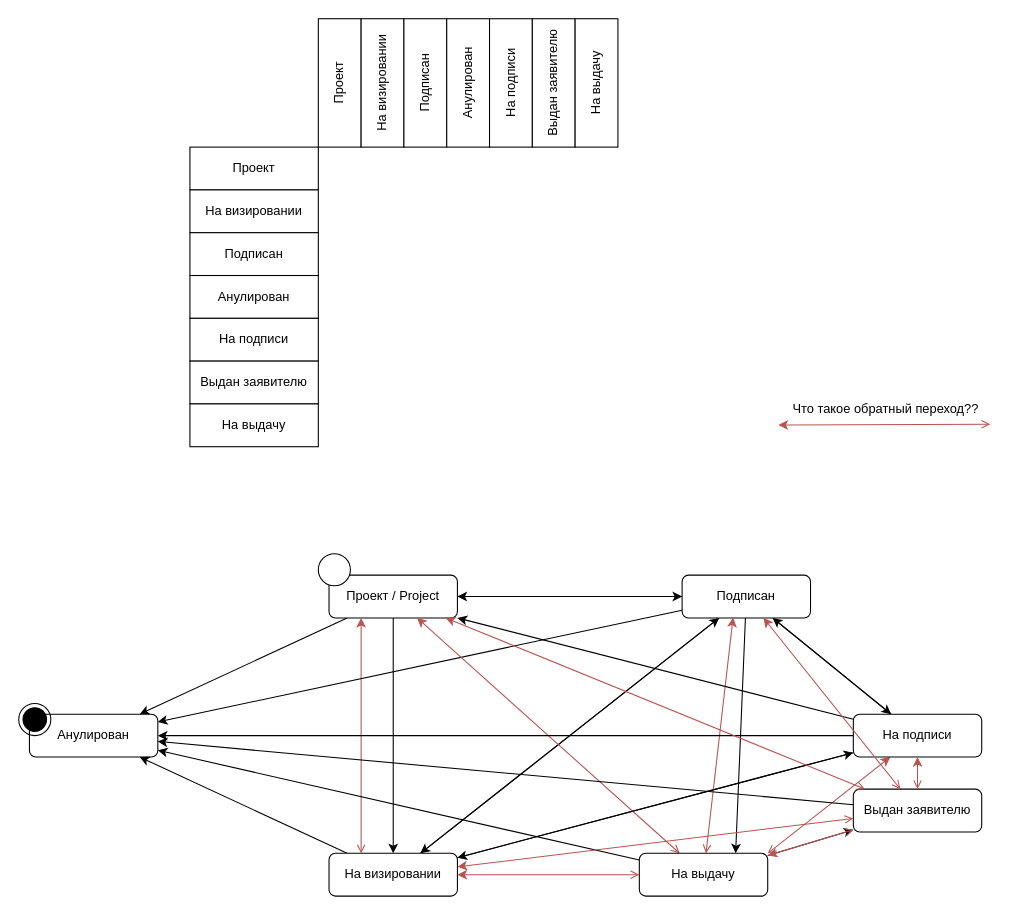
Before: Domain/Resolutions/СостоянияИПравилаПереходов.drawio in davyd0ff/so-line-grls, a draw.io diagram. Source tidied: cells renumbered, new cells numbered last; positions are measured from the earlier drawing's top-left corner, leaving out a move shared by most shapes. Both pictures are drawn from the tidied source at 107%, with x=0, y=0 at pixel (18, 18).
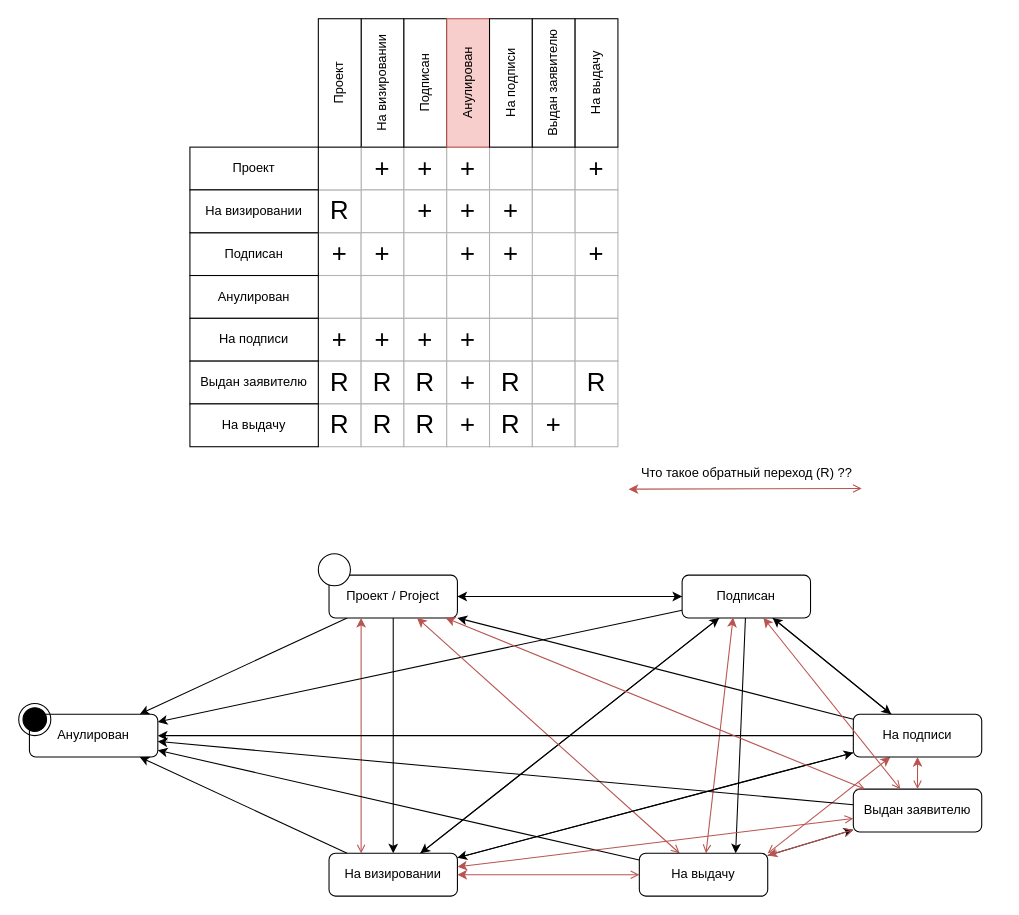
After the change.

Diff of the diagram source:
```diff
@@
-    <mxCell id="34" value="Что такое обратный переход??" style="text;html=1;align=center;verticalAlign=middle;points=[];strokeColor=none;fillColor=none;" parent="1" vertex="1">
-      <mxGeometry x="710" y="350" width="200" height="30" as="geometry" />
+    <mxCell id="34" value="Что такое обратный переход (R) ??" style="text;html=1;align=center;verticalAlign=middle;points=[];strokeColor=none;fillColor=none;" parent="1" vertex="1">
+      <mxGeometry x="570" y="410" width="220" height="30" as="geometry" />
     </mxCell>
@@
-    <mxCell id="41" value="Проект" style="rounded=0;whiteSpace=wrap;html=1;" parent="1" vertex="1">
-      <mxGeometry x="160" y="120" width="120" height="40" as="geometry" />
-    </mxCell>
-    <mxCell id="42" value="На визировании" style="rounded=0;whiteSpace=wrap;html=1;" parent="1" vertex="1">
-      <mxGeometry x="160" y="160" width="120" height="40" as="geometry" />
-    </mxCell>
+    <mxCell id="55" value="+" style="rounded=0;whiteSpace=wrap;html=1;strokeColor=#B3B3B3;fontSize=24;" parent="1" vertex="1">
+      <mxGeometry x="320" y="120" width="40" height="40" as="geometry" />
+    </mxCell>
+    <mxCell id="56" value="+" style="rounded=0;whiteSpace=wrap;html=1;strokeColor=#B3B3B3;fontSize=24;" parent="1" vertex="1">
+      <mxGeometry x="360" y="120" width="40" height="40" as="geometry" />
+    </mxCell>
+    <mxCell id="57" value="+" style="rounded=0;whiteSpace=wrap;html=1;strokeColor=#B3B3B3;fontSize=24;" parent="1" vertex="1">
+      <mxGeometry x="400" y="120" width="40" height="40" as="geometry" />
+    </mxCell>
+    <mxCell id="58" style="edgeStyle=none;rounded=0;jettySize=auto;html=1;exitX=0;exitY=0.75;exitDx=0;exitDy=0;entryX=1;entryY=0.75;entryDx=0;entryDy=0;startArrow=none;startFill=0;endArrow=classic;endFill=1;fontSize=24;" parent="1" edge="1" source="59" target="57">
+      <mxGeometry relative="1" as="geometry" />
+    </mxCell>
+    <mxCell id="59" style="rounded=0;whiteSpace=wrap;html=1;strokeColor=#B3B3B3;fontSize=24;" parent="1" vertex="1">
+      <mxGeometry x="440" y="120" width="40" height="40" as="geometry" />
+    </mxCell>
+    <mxCell id="60" style="rounded=0;whiteSpace=wrap;html=1;strokeColor=#B3B3B3;fontSize=24;" parent="1" vertex="1">
+      <mxGeometry x="480" y="120" width="40" height="40" as="geometry" />
+    </mxCell>
+    <mxCell id="61" value="+" style="rounded=0;whiteSpace=wrap;html=1;strokeColor=#B3B3B3;fontSize=24;" parent="1" vertex="1">
+      <mxGeometry x="520" y="120" width="40" height="40" as="geometry" />
+    </mxCell>
+    <mxCell id="62" style="rounded=0;whiteSpace=wrap;html=1;strokeColor=#B3B3B3;fontSize=24;" parent="1" vertex="1">
+      <mxGeometry x="320" y="160" width="40" height="40" as="geometry" />
+    </mxCell>
+    <mxCell id="63" value="+" style="rounded=0;whiteSpace=wrap;html=1;strokeColor=#B3B3B3;fontSize=24;" parent="1" vertex="1">
+      <mxGeometry x="360" y="160" width="40" height="40" as="geometry" />
+    </mxCell>
+    <mxCell id="64" value="+" style="rounded=0;whiteSpace=wrap;html=1;strokeColor=#B3B3B3;fontSize=24;" parent="1" vertex="1">
+      <mxGeometry x="400" y="160" width="40" height="40" as="geometry" />
+    </mxCell>
+    <mxCell id="65" value="+" style="rounded=0;whiteSpace=wrap;html=1;strokeColor=#B3B3B3;fontSize=24;" parent="1" vertex="1">
+      <mxGeometry x="440" y="160" width="40" height="40" as="geometry" />
+    </mxCell>
+    <mxCell id="66" style="rounded=0;whiteSpace=wrap;html=1;strokeColor=#B3B3B3;fontSize=24;" parent="1" vertex="1">
+      <mxGeometry x="480" y="160" width="40" height="40" as="geometry" />
+    </mxCell>
+    <mxCell id="67" style="rounded=0;whiteSpace=wrap;html=1;strokeColor=#B3B3B3;fontSize=24;" parent="1" vertex="1">
+      <mxGeometry x="520" y="160" width="40" height="40" as="geometry" />
+    </mxCell>
+    <mxCell id="68" value="+" style="rounded=0;whiteSpace=wrap;html=1;strokeColor=#B3B3B3;fontSize=24;" parent="1" vertex="1">
+      <mxGeometry x="280" y="200" width="40" height="40" as="geometry" />
+    </mxCell>
+    <mxCell id="69" value="+" style="rounded=0;whiteSpace=wrap;html=1;strokeColor=#B3B3B3;fontSize=24;" parent="1" vertex="1">
+      <mxGeometry x="320" y="200" width="40" height="40" as="geometry" />
+    </mxCell>
+    <mxCell id="70" style="rounded=0;whiteSpace=wrap;html=1;strokeColor=#B3B3B3;fontSize=24;" parent="1" vertex="1">
+      <mxGeometry x="360" y="200" width="40" height="40" as="geometry" />
+    </mxCell>
+    <mxCell id="71" value="+" style="rounded=0;whiteSpace=wrap;html=1;strokeColor=#B3B3B3;fontSize=24;" parent="1" vertex="1">
+      <mxGeometry x="400" y="200" width="40" height="40" as="geometry" />
+    </mxCell>
+    <mxCell id="72" value="+" style="rounded=0;whiteSpace=wrap;html=1;strokeColor=#B3B3B3;fontSize=24;" parent="1" vertex="1">
+      <mxGeometry x="440" y="200" width="40" height="40" as="geometry" />
+    </mxCell>
+    <mxCell id="73" value="+" style="rounded=0;whiteSpace=wrap;html=1;strokeColor=#B3B3B3;fontSize=24;" parent="1" vertex="1">
+      <mxGeometry x="520" y="200" width="40" height="40" as="geometry" />
+    </mxCell>
+    <mxCell id="74" style="rounded=0;whiteSpace=wrap;html=1;strokeColor=#B3B3B3;fontSize=24;" parent="1" vertex="1">
+      <mxGeometry x="280" y="240" width="40" height="40" as="geometry" />
+    </mxCell>
+    <mxCell id="75" style="rounded=0;whiteSpace=wrap;html=1;strokeColor=#B3B3B3;fontSize=24;" parent="1" vertex="1">
+      <mxGeometry x="320" y="240" width="40" height="40" as="geometry" />
+    </mxCell>
+    <mxCell id="76" style="rounded=0;whiteSpace=wrap;html=1;strokeColor=#B3B3B3;fontSize=24;" parent="1" vertex="1">
+      <mxGeometry x="360" y="240" width="40" height="40" as="geometry" />
+    </mxCell>
+    <mxCell id="77" style="rounded=0;whiteSpace=wrap;html=1;strokeColor=#B3B3B3;fontSize=24;" parent="1" vertex="1">
+      <mxGeometry x="400" y="240" width="40" height="40" as="geometry" />
+    </mxCell>
+    <mxCell id="78" style="rounded=0;whiteSpace=wrap;html=1;strokeColor=#B3B3B3;fontSize=24;" parent="1" vertex="1">
+      <mxGeometry x="440" y="240" width="40" height="40" as="geometry" />
+    </mxCell>
+    <mxCell id="79" style="rounded=0;whiteSpace=wrap;html=1;strokeColor=#B3B3B3;fontSize=24;" parent="1" vertex="1">
+      <mxGeometry x="480" y="240" width="40" height="40" as="geometry" />
+    </mxCell>
+    <mxCell id="80" style="rounded=0;whiteSpace=wrap;html=1;strokeColor=#B3B3B3;fontSize=24;" parent="1" vertex="1">
+      <mxGeometry x="520" y="240" width="40" height="40" as="geometry" />
+    </mxCell>
+    <mxCell id="81" value="+" style="rounded=0;whiteSpace=wrap;html=1;strokeColor=#B3B3B3;fontSize=24;" parent="1" vertex="1">
+      <mxGeometry x="280" y="280" width="40" height="40" as="geometry" />
+    </mxCell>
+    <mxCell id="82" value="+" style="rounded=0;whiteSpace=wrap;html=1;strokeColor=#B3B3B3;fontSize=24;" parent="1" vertex="1">
+      <mxGeometry x="320" y="280" width="40" height="40" as="geometry" />
+    </mxCell>
+    <mxCell id="83" value="+" style="rounded=0;whiteSpace=wrap;html=1;strokeColor=#B3B3B3;fontSize=24;" parent="1" vertex="1">
+      <mxGeometry x="360" y="280" width="40" height="40" as="geometry" />
+    </mxCell>
+    <mxCell id="84" value="+" style="rounded=0;whiteSpace=wrap;html=1;strokeColor=#B3B3B3;fontSize=24;" parent="1" vertex="1">
+      <mxGeometry x="400" y="280" width="40" height="40" as="geometry" />
+    </mxCell>
+    <mxCell id="85" style="rounded=0;whiteSpace=wrap;html=1;strokeColor=#B3B3B3;fontSize=24;" parent="1" vertex="1">
+      <mxGeometry x="440" y="280" width="40" height="40" as="geometry" />
+    </mxCell>
+    <mxCell id="86" style="rounded=0;whiteSpace=wrap;html=1;strokeColor=#B3B3B3;fontSize=24;" parent="1" vertex="1">
+      <mxGeometry x="480" y="280" width="40" height="40" as="geometry" />
+    </mxCell>
+    <mxCell id="87" style="rounded=0;whiteSpace=wrap;html=1;strokeColor=#B3B3B3;fontSize=24;" parent="1" vertex="1">
+      <mxGeometry x="520" y="280" width="40" height="40" as="geometry" />
+    </mxCell>
+    <mxCell id="88" value="R" style="rounded=0;whiteSpace=wrap;html=1;strokeColor=#B3B3B3;fontSize=24;" parent="1" vertex="1">
+      <mxGeometry x="280" y="320" width="40" height="40" as="geometry" />
+    </mxCell>
+    <mxCell id="89" value="R" style="rounded=0;whiteSpace=wrap;html=1;strokeColor=#B3B3B3;fontSize=24;" parent="1" vertex="1">
+      <mxGeometry x="320" y="320" width="40" height="40" as="geometry" />
+    </mxCell>
+    <mxCell id="90" value="R" style="rounded=0;whiteSpace=wrap;html=1;strokeColor=#B3B3B3;fontSize=24;" parent="1" vertex="1">
+      <mxGeometry x="360" y="320" width="40" height="40" as="geometry" />
+    </mxCell>
+    <mxCell id="91" value="+" style="rounded=0;whiteSpace=wrap;html=1;strokeColor=#B3B3B3;fontSize=24;" parent="1" vertex="1">
+      <mxGeometry x="400" y="320" width="40" height="40" as="geometry" />
+    </mxCell>
+    <mxCell id="92" value="R" style="rounded=0;whiteSpace=wrap;html=1;strokeColor=#B3B3B3;fontSize=24;" parent="1" vertex="1">
+      <mxGeometry x="440" y="320" width="40" height="40" as="geometry" />
+    </mxCell>
+    <mxCell id="93" style="rounded=0;whiteSpace=wrap;html=1;strokeColor=#B3B3B3;fontSize=24;" parent="1" vertex="1">
+      <mxGeometry x="480" y="320" width="40" height="40" as="geometry" />
+    </mxCell>
+    <mxCell id="94" value="R" style="rounded=0;whiteSpace=wrap;html=1;strokeColor=#B3B3B3;fontSize=24;" parent="1" vertex="1">
+      <mxGeometry x="520" y="320" width="40" height="40" as="geometry" />
+    </mxCell>
+    <mxCell id="95" value="R" style="rounded=0;whiteSpace=wrap;html=1;strokeColor=#B3B3B3;fontSize=24;" parent="1" vertex="1">
+      <mxGeometry x="280" y="360" width="40" height="40" as="geometry" />
+    </mxCell>
+    <mxCell id="96" value="R" style="rounded=0;whiteSpace=wrap;html=1;strokeColor=#B3B3B3;fontSize=24;" parent="1" vertex="1">
+      <mxGeometry x="320" y="360" width="40" height="40" as="geometry" />
+    </mxCell>
+    <mxCell id="97" value="R" style="rounded=0;whiteSpace=wrap;html=1;strokeColor=#B3B3B3;fontSize=24;" parent="1" vertex="1">
+      <mxGeometry x="360" y="360" width="40" height="40" as="geometry" />
+    </mxCell>
+    <mxCell id="98" value="+" style="rounded=0;whiteSpace=wrap;html=1;strokeColor=#B3B3B3;fontSize=24;" parent="1" vertex="1">
+      <mxGeometry x="400" y="360" width="40" height="40" as="geometry" />
+    </mxCell>
+    <mxCell id="99" value="R" style="rounded=0;whiteSpace=wrap;html=1;strokeColor=#B3B3B3;fontSize=24;" parent="1" vertex="1">
+      <mxGeometry x="440" y="360" width="40" height="40" as="geometry" />
+    </mxCell>
+    <mxCell id="100" value="+" style="rounded=0;whiteSpace=wrap;html=1;strokeColor=#B3B3B3;fontSize=24;" parent="1" vertex="1">
+      <mxGeometry x="480" y="360" width="40" height="40" as="geometry" />
+    </mxCell>
+    <mxCell id="101" style="rounded=0;whiteSpace=wrap;html=1;strokeColor=#B3B3B3;fontSize=24;" parent="1" vertex="1">
+      <mxGeometry x="520" y="360" width="40" height="40" as="geometry" />
+    </mxCell>
@@
-    <mxCell id="48" value="Проект" style="rounded=0;whiteSpace=wrap;html=1;horizontal=0;" parent="1" vertex="1">
-      <mxGeometry x="280" width="40" height="120" as="geometry" />
-    </mxCell>
@@
-    <mxCell id="51" value="Анулирован" style="rounded=0;whiteSpace=wrap;html=1;horizontal=0;" parent="1" vertex="1">
+    <mxCell id="51" value="Анулирован" style="rounded=0;whiteSpace=wrap;html=1;horizontal=0;fillColor=#f8cecc;strokeColor=#b85450;" parent="1" vertex="1">
       <mxGeometry x="400" width="40" height="120" as="geometry" />
     </mxCell>
@@
+    <mxCell id="102" value="R" style="rounded=0;whiteSpace=wrap;html=1;strokeColor=#B3B3B3;fontSize=24;" parent="1" vertex="1">
+      <mxGeometry x="280" y="160" width="40" height="40" as="geometry" />
+    </mxCell>
+    <mxCell id="103" style="rounded=0;whiteSpace=wrap;html=1;strokeColor=#B3B3B3;fontSize=24;" parent="1" vertex="1">
+      <mxGeometry x="280" y="120" width="40" height="40" as="geometry" />
+    </mxCell>
+    <mxCell id="41" value="Проект" style="rounded=0;whiteSpace=wrap;html=1;" parent="1" vertex="1">
+      <mxGeometry x="160" y="120" width="120" height="40" as="geometry" />
+    </mxCell>
+    <mxCell id="42" value="На визировании" style="rounded=0;whiteSpace=wrap;html=1;" parent="1" vertex="1">
+      <mxGeometry x="160" y="160" width="120" height="40" as="geometry" />
+    </mxCell>
+    <mxCell id="48" value="Проект" style="rounded=0;whiteSpace=wrap;html=1;horizontal=0;" parent="1" vertex="1">
+      <mxGeometry x="280" width="40" height="120" as="geometry" />
+    </mxCell>
```
